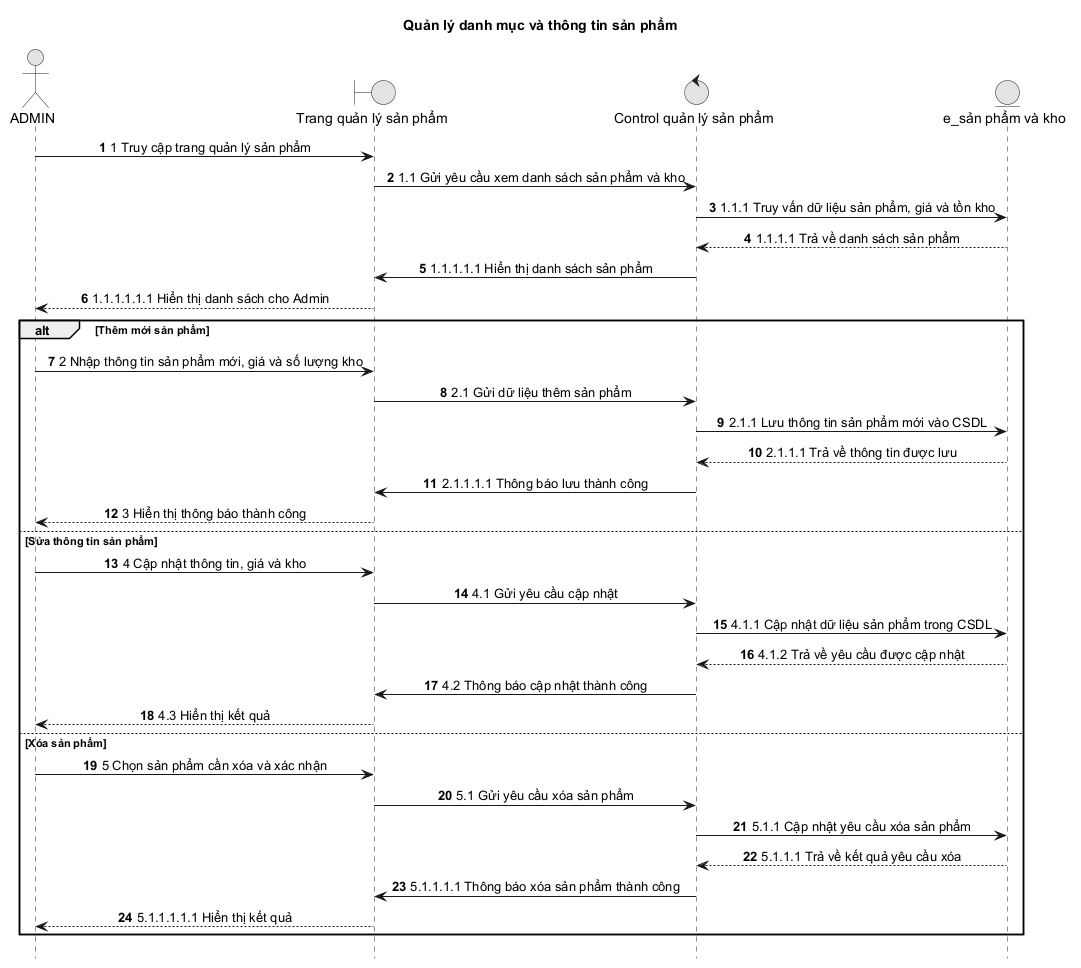
duygri/do-an-htttdn-crm keeps this PlantUML diagram as docs/diagrams/sequence-new/admin/06-product-management.png. Above is the earlier version.
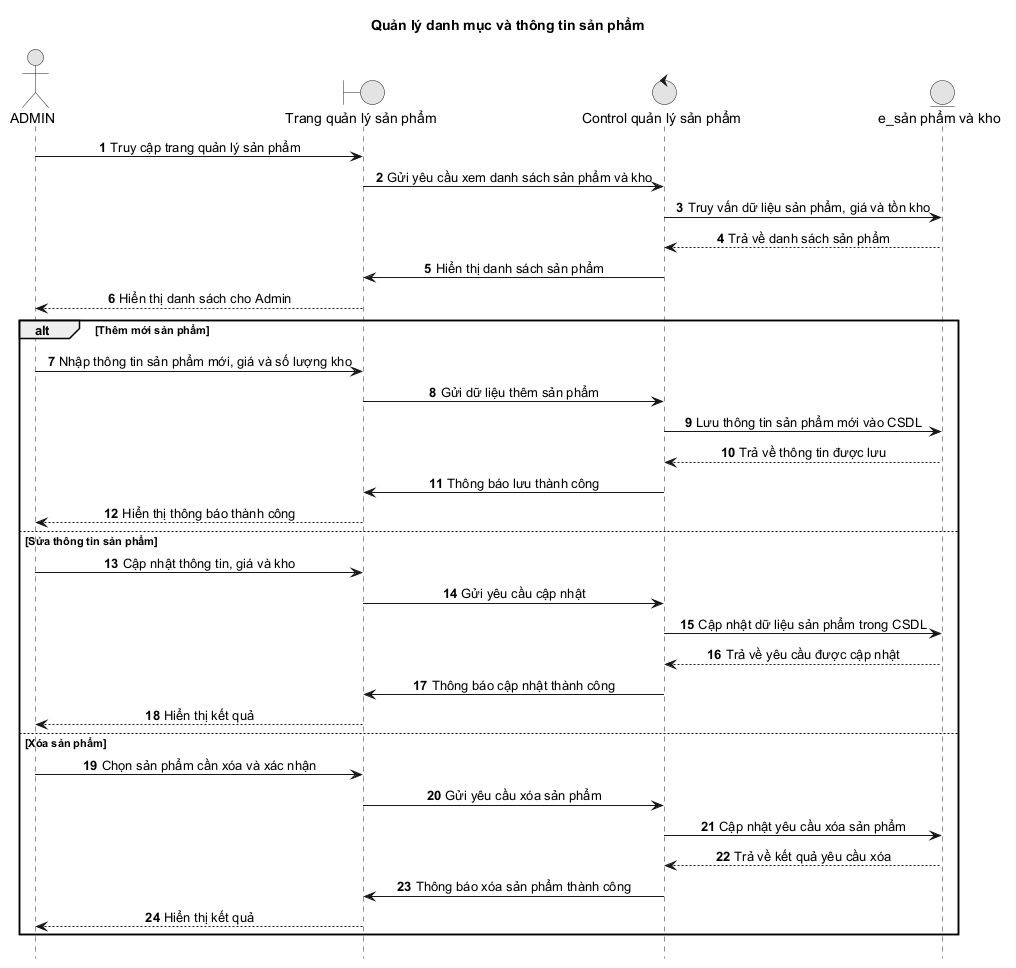
Later version of the same file.

Diff of the diagram source:
```diff
@@ -11,33 +11,33 @@
 control "Control quản lý sản phẩm" as Control
 entity "e_sản phẩm và kho" as Entity
 
-Admin -> Boundary: 1 Truy cập trang quản lý sản phẩm
-Boundary -> Control: 1.1 Gửi yêu cầu xem danh sách sản phẩm và kho
-Control -> Entity: 1.1.1 Truy vấn dữ liệu sản phẩm, giá và tồn kho
-Entity --> Control: 1.1.1.1 Trả về danh sách sản phẩm
-Control -> Boundary: 1.1.1.1.1 Hiển thị danh sách sản phẩm
-Boundary --> Admin: 1.1.1.1.1.1 Hiển thị danh sách cho Admin
+Admin -> Boundary: Truy cập trang quản lý sản phẩm
+Boundary -> Control: Gửi yêu cầu xem danh sách sản phẩm và kho
+Control -> Entity: Truy vấn dữ liệu sản phẩm, giá và tồn kho
+Entity --> Control: Trả về danh sách sản phẩm
+Control -> Boundary: Hiển thị danh sách sản phẩm
+Boundary --> Admin: Hiển thị danh sách cho Admin
 
 alt Thêm mới sản phẩm
-  Admin -> Boundary: 2 Nhập thông tin sản phẩm mới, giá và số lượng kho
-  Boundary -> Control: 2.1 Gửi dữ liệu thêm sản phẩm
-  Control -> Entity: 2.1.1 Lưu thông tin sản phẩm mới vào CSDL
-  Entity --> Control: 2.1.1.1 Trả về thông tin được lưu
-  Control -> Boundary: 2.1.1.1.1 Thông báo lưu thành công
-  Boundary --> Admin: 3 Hiển thị thông báo thành công
+  Admin -> Boundary: Nhập thông tin sản phẩm mới, giá và số lượng kho
+  Boundary -> Control: Gửi dữ liệu thêm sản phẩm
+  Control -> Entity: Lưu thông tin sản phẩm mới vào CSDL
+  Entity --> Control: Trả về thông tin được lưu
+  Control -> Boundary: Thông báo lưu thành công
+  Boundary --> Admin: Hiển thị thông báo thành công
 else Sửa thông tin sản phẩm
-  Admin -> Boundary: 4 Cập nhật thông tin, giá và kho
-  Boundary -> Control: 4.1 Gửi yêu cầu cập nhật
-  Control -> Entity: 4.1.1 Cập nhật dữ liệu sản phẩm trong CSDL
-  Entity --> Control: 4.1.2 Trả về yêu cầu được cập nhật
-  Control -> Boundary: 4.2 Thông báo cập nhật thành công
-  Boundary --> Admin: 4.3 Hiển thị kết quả
+  Admin -> Boundary: Cập nhật thông tin, giá và kho
+  Boundary -> Control: Gửi yêu cầu cập nhật
+  Control -> Entity: Cập nhật dữ liệu sản phẩm trong CSDL
+  Entity --> Control: Trả về yêu cầu được cập nhật
+  Control -> Boundary: Thông báo cập nhật thành công
+  Boundary --> Admin: Hiển thị kết quả
 else Xóa sản phẩm
-  Admin -> Boundary: 5 Chọn sản phẩm cần xóa và xác nhận
-  Boundary -> Control: 5.1 Gửi yêu cầu xóa sản phẩm
-  Control -> Entity: 5.1.1 Cập nhật yêu cầu xóa sản phẩm
-  Entity --> Control: 5.1.1.1 Trả về kết quả yêu cầu xóa
-  Control -> Boundary: 5.1.1.1.1 Thông báo xóa sản phẩm thành công
-  Boundary --> Admin: 5.1.1.1.1.1 Hiển thị kết quả
+  Admin -> Boundary: Chọn sản phẩm cần xóa và xác nhận
+  Boundary -> Control: Gửi yêu cầu xóa sản phẩm
+  Control -> Entity: Cập nhật yêu cầu xóa sản phẩm
+  Entity --> Control: Trả về kết quả yêu cầu xóa
+  Control -> Boundary: Thông báo xóa sản phẩm thành công
+  Boundary --> Admin: Hiển thị kết quả
 end
 @enduml
```
